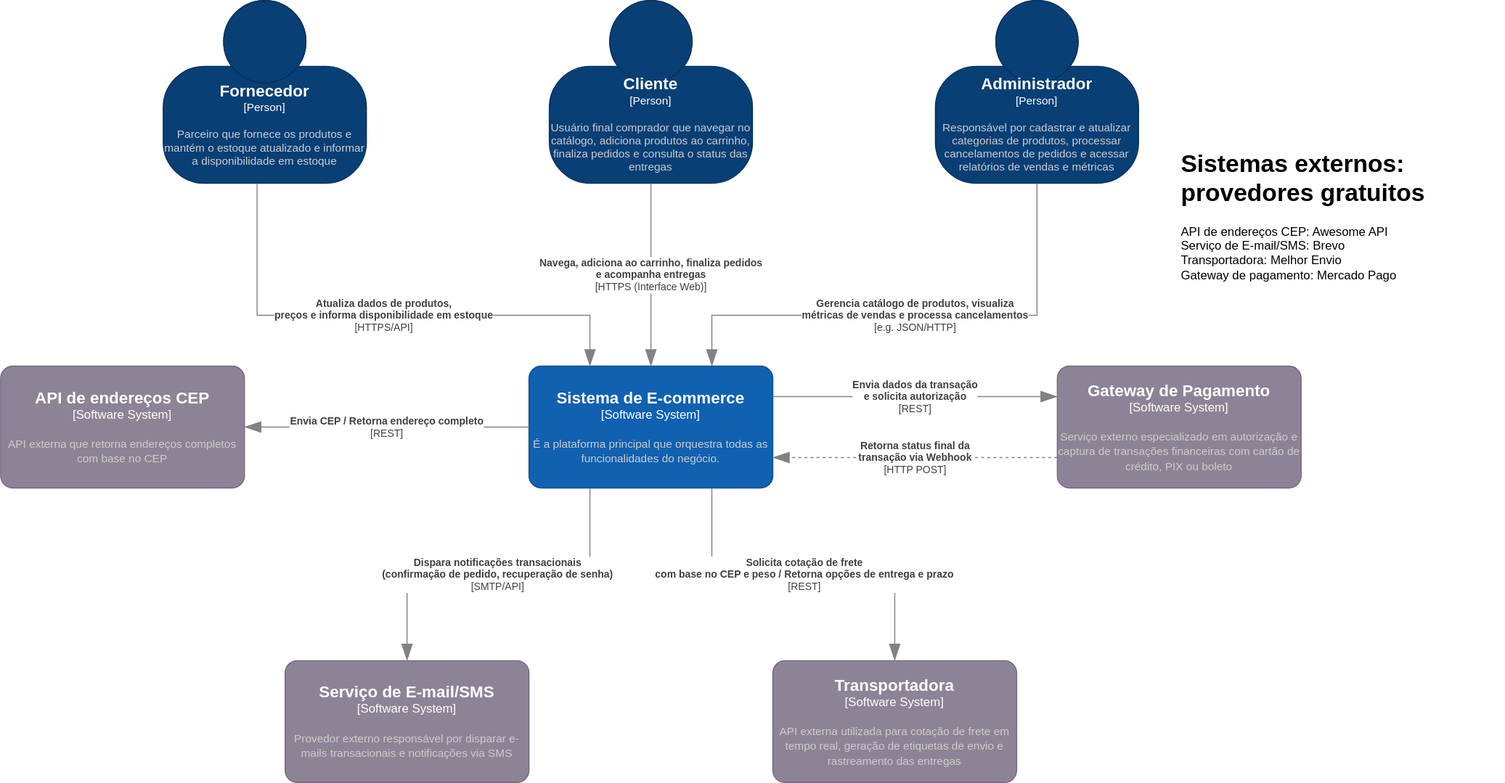
Before: docs/diagrams/C4_model_diagrama-Level1-Diagrama de contexto.drawio.svg, a diagram exported from draw.io (WenFra005/javaEcommerce). Source tidied: cells renumbered, new cells last; positions are measured from the earlier drawing's top-left corner, leaving out a move shared by most shapes. The source it was exported from:
```xml
<mxGraphModel>
  <root>
    <mxCell id="0" />
    <mxCell id="1" parent="0" />
    <object id="2" label="&lt;font style=&quot;font-size: 16px&quot;&gt;&lt;b&gt;%c4Name%&lt;/b&gt;&lt;/font&gt;&lt;div&gt;[%c4Type%]&lt;/div&gt;&lt;br&gt;&lt;div&gt;&lt;font style=&quot;font-size: 11px&quot;&gt;&lt;font color=&quot;#cccccc&quot;&gt;%c4Description%&lt;/font&gt;&lt;/div&gt;" c4Description="Usuário final comprador que navegar no catálogo, adiciona produtos ao carrinho, finaliza pedidos e consulta o status das entregas" c4Name="Cliente" c4Type="Person" placeholders="1">
      <mxCell style="html=1;fontSize=11;dashed=0;whiteSpace=wrap;fillColor=#083F75;strokeColor=#06315C;fontColor=#ffffff;shape=mxgraph.c4.person2;align=center;points=[[0.5,0,0],[1,0.5,0],[1,0.75,0],[0.75,1,0],[0.5,1,0],[0.25,1,0],[0,0.75,0],[0,0.5,0]];" parent="1" vertex="1">
        <mxGeometry x="540" width="200" height="180" as="geometry" />
      </mxCell>
    </object>
    <object id="3" label="&lt;font style=&quot;font-size: 16px&quot;&gt;&lt;b&gt;%c4Name%&lt;/b&gt;&lt;/font&gt;&lt;div&gt;[%c4Type%]&lt;/div&gt;&lt;br&gt;&lt;div&gt;&lt;font style=&quot;font-size: 11px&quot;&gt;&lt;font color=&quot;#cccccc&quot;&gt;%c4Description%&lt;/font&gt;&lt;/div&gt;" c4Description="É a plataforma principal que orquestra todas as funcionalidades do negócio." c4Name="Sistema de E-commerce" c4Type="Software System" placeholders="1">
      <mxCell style="rounded=1;whiteSpace=wrap;html=1;labelBackgroundColor=none;fillColor=#1061B0;fontColor=#ffffff;align=center;arcSize=10;strokeColor=#0D5091;points=[[0.25,0,0],[0.5,0,0],[0.75,0,0],[1,0.25,0],[1,0.5,0],[1,0.75,0],[0.75,1,0],[0.5,1,0],[0.25,1,0],[0,0.75,0],[0,0.5,0],[0,0.25,0]];" parent="1" vertex="1">
        <mxGeometry x="520" y="360" width="240" height="120" as="geometry" />
      </mxCell>
    </object>
    <object id="4" label="&lt;font style=&quot;font-size: 16px&quot;&gt;&lt;b&gt;%c4Name%&lt;/b&gt;&lt;/font&gt;&lt;div&gt;[%c4Type%]&lt;/div&gt;&lt;br&gt;&lt;div&gt;&lt;font style=&quot;font-size: 11px&quot;&gt;&lt;font color=&quot;#cccccc&quot;&gt;%c4Description%&lt;/font&gt;&lt;/div&gt;" c4Description="API externa que retorna endereços completos com base no CEP" c4Name="API de endereços CEP" c4Type="Software System" placeholders="1">
      <mxCell style="rounded=1;whiteSpace=wrap;html=1;labelBackgroundColor=none;fillColor=#8C8496;fontColor=#ffffff;align=center;arcSize=10;strokeColor=#736782;points=[[0.25,0,0],[0.5,0,0],[0.75,0,0],[1,0.25,0],[1,0.5,0],[1,0.75,0],[0.75,1,0],[0.5,1,0],[0.25,1,0],[0,0.75,0],[0,0.5,0],[0,0.25,0]];" parent="1" vertex="1">
        <mxGeometry y="360" width="240" height="120" as="geometry" />
      </mxCell>
    </object>
    <object id="5" label="&lt;font style=&quot;font-size: 16px&quot;&gt;&lt;b&gt;%c4Name%&lt;/b&gt;&lt;/font&gt;&lt;div&gt;[%c4Type%]&lt;/div&gt;&lt;br&gt;&lt;div&gt;&lt;font style=&quot;font-size: 11px&quot;&gt;&lt;font color=&quot;#cccccc&quot;&gt;%c4Description%&lt;/font&gt;&lt;/div&gt;" c4Description="Serviço externo especializado em autorização e captura de transações financeiras com cartão de crédito, PIX ou boleto" c4Name="Gateway de Pagamento" c4Type="Software System" placeholders="1">
      <mxCell style="rounded=1;whiteSpace=wrap;html=1;labelBackgroundColor=none;fillColor=#8C8496;fontColor=#ffffff;align=center;arcSize=10;strokeColor=#736782;points=[[0.25,0,0],[0.5,0,0],[0.75,0,0],[1,0.25,0],[1,0.5,0],[1,0.75,0],[0.75,1,0],[0.5,1,0],[0.25,1,0],[0,0.75,0],[0,0.5,0],[0,0.25,0]];" parent="1" vertex="1">
        <mxGeometry x="1040" y="360" width="240" height="120" as="geometry" />
      </mxCell>
    </object>
    <object id="6" label="&lt;font style=&quot;font-size: 16px&quot;&gt;&lt;b&gt;%c4Name%&lt;/b&gt;&lt;/font&gt;&lt;div&gt;[%c4Type%]&lt;/div&gt;&lt;br&gt;&lt;div&gt;&lt;font style=&quot;font-size: 11px&quot;&gt;&lt;font color=&quot;#cccccc&quot;&gt;%c4Description%&lt;/font&gt;&lt;/div&gt;" c4Description="API externa utilizada para cotação de frete em tempo real, geração de etiquetas de envio e rastreamento das entregas" c4Name="Transportadora" c4Type="Software System" placeholders="1">
      <mxCell style="rounded=1;whiteSpace=wrap;html=1;labelBackgroundColor=none;fillColor=#8C8496;fontColor=#ffffff;align=center;arcSize=10;strokeColor=#736782;points=[[0.25,0,0],[0.5,0,0],[0.75,0,0],[1,0.25,0],[1,0.5,0],[1,0.75,0],[0.75,1,0],[0.5,1,0],[0.25,1,0],[0,0.75,0],[0,0.5,0],[0,0.25,0]];" parent="1" vertex="1">
        <mxGeometry x="760" y="650" width="240" height="120" as="geometry" />
      </mxCell>
    </object>
    <object id="7" label="&lt;div style=&quot;text-align: left&quot;&gt;&lt;div style=&quot;text-align: center&quot;&gt;&lt;b&gt;%c4Description%&lt;/b&gt;&lt;/div&gt;&lt;div style=&quot;text-align: center&quot;&gt;[%c4Technology%]&lt;/div&gt;&lt;/div&gt;" c4Description="Navega, adiciona ao carrinho, finaliza pedidos &#10;e acompanha entregas" c4Technology="HTTPS (Interface Web)" c4Type="Relationship" placeholders="1">
      <mxCell style="endArrow=blockThin;html=1;fontSize=10;fontColor=#404040;strokeWidth=1;endFill=1;strokeColor=#828282;elbow=vertical;endSize=14;startSize=14;jumpStyle=arc;jumpSize=16;rounded=0;edgeStyle=orthogonalEdgeStyle;" parent="1" edge="1" source="2" target="3">
        <mxGeometry relative="1" as="geometry" />
      </mxCell>
    </object>
    <object id="8" label="&lt;div style=&quot;text-align: left&quot;&gt;&lt;div style=&quot;text-align: center&quot;&gt;&lt;b&gt;%c4Description%&lt;/b&gt;&lt;/div&gt;&lt;div style=&quot;text-align: center&quot;&gt;[%c4Technology%]&lt;/div&gt;&lt;/div&gt;" c4Description="Envia CEP / Retorna endereço completo" c4Technology="REST" c4Type="Relationship" placeholders="1">
      <mxCell style="endArrow=blockThin;html=1;fontSize=10;fontColor=#404040;strokeWidth=1;endFill=1;strokeColor=#828282;elbow=vertical;endSize=14;startSize=14;jumpStyle=arc;jumpSize=16;rounded=0;edgeStyle=orthogonalEdgeStyle;exitX=0;exitY=0.5;exitDx=0;exitDy=0;exitPerimeter=0;" parent="1" edge="1" source="3" target="4">
        <mxGeometry relative="1" as="geometry" />
      </mxCell>
    </object>
    <object id="9" label="&lt;div style=&quot;text-align: left&quot;&gt;&lt;div style=&quot;text-align: center&quot;&gt;&lt;b&gt;%c4Description%&lt;/b&gt;&lt;/div&gt;&lt;div style=&quot;text-align: center&quot;&gt;[%c4Technology%]&lt;/div&gt;&lt;/div&gt;" c4Description="Solicita cotação de frete &#10;com base no CEP e peso / Retorna opções de entrega e prazo" c4Technology="REST" c4Type="Relationship" placeholders="1">
      <mxCell style="endArrow=blockThin;html=1;fontSize=10;fontColor=#404040;strokeWidth=1;endFill=1;strokeColor=#828282;elbow=vertical;endSize=14;startSize=14;jumpStyle=arc;jumpSize=16;rounded=0;edgeStyle=orthogonalEdgeStyle;entryX=0.5;entryY=0;entryDx=0;entryDy=0;entryPerimeter=0;exitX=0.75;exitY=1;exitDx=0;exitDy=0;exitPerimeter=0;" parent="1" edge="1" source="3" target="6">
        <mxGeometry relative="1" as="geometry" />
      </mxCell>
    </object>
    <object id="10" label="&lt;div style=&quot;text-align: left&quot;&gt;&lt;div style=&quot;text-align: center&quot;&gt;&lt;b&gt;%c4Description%&lt;/b&gt;&lt;/div&gt;&lt;div style=&quot;text-align: center&quot;&gt;[%c4Technology%]&lt;/div&gt;&lt;/div&gt;" c4Description="Envia dados da transação &#10;e solicita autorização" c4Technology="REST" c4Type="Relationship" placeholders="1">
      <mxCell style="endArrow=blockThin;html=1;fontSize=10;fontColor=#404040;strokeWidth=1;endFill=1;strokeColor=#828282;elbow=vertical;endSize=14;startSize=14;jumpStyle=arc;jumpSize=16;rounded=0;edgeStyle=orthogonalEdgeStyle;exitX=1;exitY=0.25;exitDx=0;exitDy=0;exitPerimeter=0;entryX=0;entryY=0.25;entryDx=0;entryDy=0;entryPerimeter=0;" parent="1" edge="1" source="3" target="5">
        <mxGeometry relative="1" as="geometry" />
      </mxCell>
    </object>
    <object id="11" label="&lt;div style=&quot;text-align: left&quot;&gt;&lt;div style=&quot;text-align: center&quot;&gt;&lt;b&gt;%c4Description%&lt;/b&gt;&lt;/div&gt;&lt;div style=&quot;text-align: center&quot;&gt;[%c4Technology%]&lt;/div&gt;&lt;/div&gt;" c4Description="Retorna status final da &#10;transação via Webhook" c4Technology="HTTP POST" c4Type="Relationship" placeholders="1">
      <mxCell style="endArrow=blockThin;html=1;fontSize=10;fontColor=#404040;strokeWidth=1;endFill=1;strokeColor=#828282;elbow=vertical;endSize=14;startSize=14;jumpStyle=arc;jumpSize=16;rounded=0;edgeStyle=orthogonalEdgeStyle;exitX=0;exitY=0.75;exitDx=0;exitDy=0;exitPerimeter=0;entryX=1;entryY=0.75;entryDx=0;entryDy=0;entryPerimeter=0;dashed=1;" parent="1" edge="1" source="5" target="3">
        <mxGeometry relative="1" as="geometry" />
      </mxCell>
    </object>
    <object id="12" label="&lt;font style=&quot;font-size: 16px&quot;&gt;&lt;b&gt;%c4Name%&lt;/b&gt;&lt;/font&gt;&lt;div&gt;[%c4Type%]&lt;/div&gt;&lt;br&gt;&lt;div&gt;&lt;font style=&quot;font-size: 11px&quot;&gt;&lt;font color=&quot;#cccccc&quot;&gt;%c4Description%&lt;/font&gt;&lt;/div&gt;" c4Description="Provedor externo responsável por disparar e-mails transacionais e notificações via SMS" c4Name="Serviço de E-mail/SMS" c4Type="Software System" placeholders="1">
      <mxCell style="rounded=1;whiteSpace=wrap;html=1;labelBackgroundColor=none;fillColor=#8C8496;fontColor=#ffffff;align=center;arcSize=10;strokeColor=#736782;points=[[0.25,0,0],[0.5,0,0],[0.75,0,0],[1,0.25,0],[1,0.5,0],[1,0.75,0],[0.75,1,0],[0.5,1,0],[0.25,1,0],[0,0.75,0],[0,0.5,0],[0,0.25,0]];" parent="1" vertex="1">
        <mxGeometry x="280" y="650" width="240" height="120" as="geometry" />
      </mxCell>
    </object>
    <object id="13" label="&lt;div style=&quot;text-align: left&quot;&gt;&lt;div style=&quot;text-align: center&quot;&gt;&lt;b&gt;%c4Description%&lt;/b&gt;&lt;/div&gt;&lt;div style=&quot;text-align: center&quot;&gt;[%c4Technology%]&lt;/div&gt;&lt;/div&gt;" c4Description="Dispara notificações transacionais&#10;(confirmação de pedido, recuperação de senha)" c4Technology="SMTP/API" c4Type="Relationship" placeholders="1">
      <mxCell style="endArrow=blockThin;html=1;fontSize=10;fontColor=#404040;strokeWidth=1;endFill=1;strokeColor=#828282;elbow=vertical;endSize=14;startSize=14;jumpStyle=arc;jumpSize=16;rounded=0;edgeStyle=orthogonalEdgeStyle;entryX=0.5;entryY=0;entryDx=0;entryDy=0;entryPerimeter=0;exitX=0.25;exitY=1;exitDx=0;exitDy=0;exitPerimeter=0;" parent="1" edge="1" source="3" target="12">
        <mxGeometry relative="1" as="geometry" />
      </mxCell>
    </object>
    <object id="14" label="&lt;font style=&quot;font-size: 16px&quot;&gt;&lt;b&gt;%c4Name%&lt;/b&gt;&lt;/font&gt;&lt;div&gt;[%c4Type%]&lt;/div&gt;&lt;br&gt;&lt;div&gt;&lt;font style=&quot;font-size: 11px&quot;&gt;&lt;font color=&quot;#cccccc&quot;&gt;%c4Description%&lt;/font&gt;&lt;/div&gt;" c4Description="Responsável por cadastrar e atualizar categorias de produtos, processar cancelamentos de pedidos e acessar relatórios de vendas e métricas" c4Name="Administrador" c4Type="Person" placeholders="1">
      <mxCell style="html=1;fontSize=11;dashed=0;whiteSpace=wrap;fillColor=#083F75;strokeColor=#06315C;fontColor=#ffffff;shape=mxgraph.c4.person2;align=center;points=[[0.5,0,0],[1,0.5,0],[1,0.75,0],[0.75,1,0],[0.5,1,0],[0.25,1,0],[0,0.75,0],[0,0.5,0]];" parent="1" vertex="1">
        <mxGeometry x="920" width="200" height="180" as="geometry" />
      </mxCell>
    </object>
    <object id="15" label="&lt;font style=&quot;font-size: 16px&quot;&gt;&lt;b&gt;%c4Name%&lt;/b&gt;&lt;/font&gt;&lt;div&gt;[%c4Type%]&lt;/div&gt;&lt;br&gt;&lt;div&gt;&lt;font style=&quot;font-size: 11px&quot;&gt;&lt;font color=&quot;#cccccc&quot;&gt;%c4Description%&lt;/font&gt;&lt;/div&gt;" c4Description="Parceiro que fornece os produtos e mantém o estoque atualizado e informar a disponibilidade em estoque" c4Name="Fornecedor" c4Type="Person" placeholders="1">
      <mxCell style="html=1;fontSize=11;dashed=0;whiteSpace=wrap;fillColor=#083F75;strokeColor=#06315C;fontColor=#ffffff;shape=mxgraph.c4.person2;align=center;points=[[0.5,0,0],[1,0.5,0],[1,0.75,0],[0.75,1,0],[0.5,1,0],[0.25,1,0],[0,0.75,0],[0,0.5,0]];" parent="1" vertex="1">
        <mxGeometry x="160" width="200" height="180" as="geometry" />
      </mxCell>
    </object>
    <object id="16" label="&lt;div style=&quot;text-align: left&quot;&gt;&lt;div style=&quot;text-align: center&quot;&gt;&lt;b&gt;%c4Description%&lt;/b&gt;&lt;/div&gt;&lt;div style=&quot;text-align: center&quot;&gt;[%c4Technology%]&lt;/div&gt;&lt;/div&gt;" c4Description="Atualiza dados de produtos, &#10;preços e informa disponibilidade em estoque" c4Technology="HTTPS/API" c4Type="Relationship" placeholders="1">
      <mxCell style="endArrow=blockThin;html=1;fontSize=10;fontColor=#404040;strokeWidth=1;endFill=1;strokeColor=#828282;elbow=vertical;endSize=14;startSize=14;jumpStyle=arc;jumpSize=16;rounded=0;edgeStyle=orthogonalEdgeStyle;exitX=0.462;exitY=1.003;exitDx=0;exitDy=0;exitPerimeter=0;entryX=0.25;entryY=0;entryDx=0;entryDy=0;entryPerimeter=0;" parent="1" edge="1" source="15" target="3">
        <mxGeometry relative="1" as="geometry">
          <Array as="points">
            <mxPoint x="252" y="310" />
            <mxPoint x="580" y="310" />
          </Array>
        </mxGeometry>
      </mxCell>
    </object>
    <object id="17" label="&lt;div style=&quot;text-align: left&quot;&gt;&lt;div style=&quot;text-align: center&quot;&gt;&lt;b&gt;%c4Description%&lt;/b&gt;&lt;/div&gt;&lt;div style=&quot;text-align: center&quot;&gt;[%c4Technology%]&lt;/div&gt;&lt;/div&gt;" c4Description="Gerencia catálogo de produtos, visualiza &#10;métricas de vendas e processa cancelamentos" c4Technology="e.g. JSON/HTTP" c4Type="Relationship" placeholders="1">
      <mxCell style="endArrow=blockThin;html=1;fontSize=10;fontColor=#404040;strokeWidth=1;endFill=1;strokeColor=#828282;elbow=vertical;endSize=14;startSize=14;jumpStyle=arc;jumpSize=16;rounded=0;edgeStyle=orthogonalEdgeStyle;exitX=0.5;exitY=1;exitDx=0;exitDy=0;exitPerimeter=0;entryX=0.75;entryY=0;entryDx=0;entryDy=0;entryPerimeter=0;" parent="1" edge="1" source="14" target="3">
        <mxGeometry relative="1" as="geometry">
          <Array as="points">
            <mxPoint x="1020" y="310" />
            <mxPoint x="700" y="310" />
          </Array>
        </mxGeometry>
      </mxCell>
    </object>
    <mxCell id="18" value="&lt;h1 style=&quot;margin-top: 0px;&quot;&gt;Sistemas externos: provedores gratuitos&lt;/h1&gt;&lt;p&gt;API de endereços CEP: Awesome API&lt;br&gt;Serviço de E-mail/SMS: Brevo&lt;br&gt;Transportadora: Melhor Envio&lt;br&gt;Gateway de pagamento: Mercado Pago&lt;/p&gt;" style="text;html=1;whiteSpace=wrap;overflow=hidden;rounded=0;" parent="1" vertex="1">
      <mxGeometry x="1160" y="140" width="320" height="140" as="geometry" />
    </mxCell>
  </root>
</mxGraphModel>
```
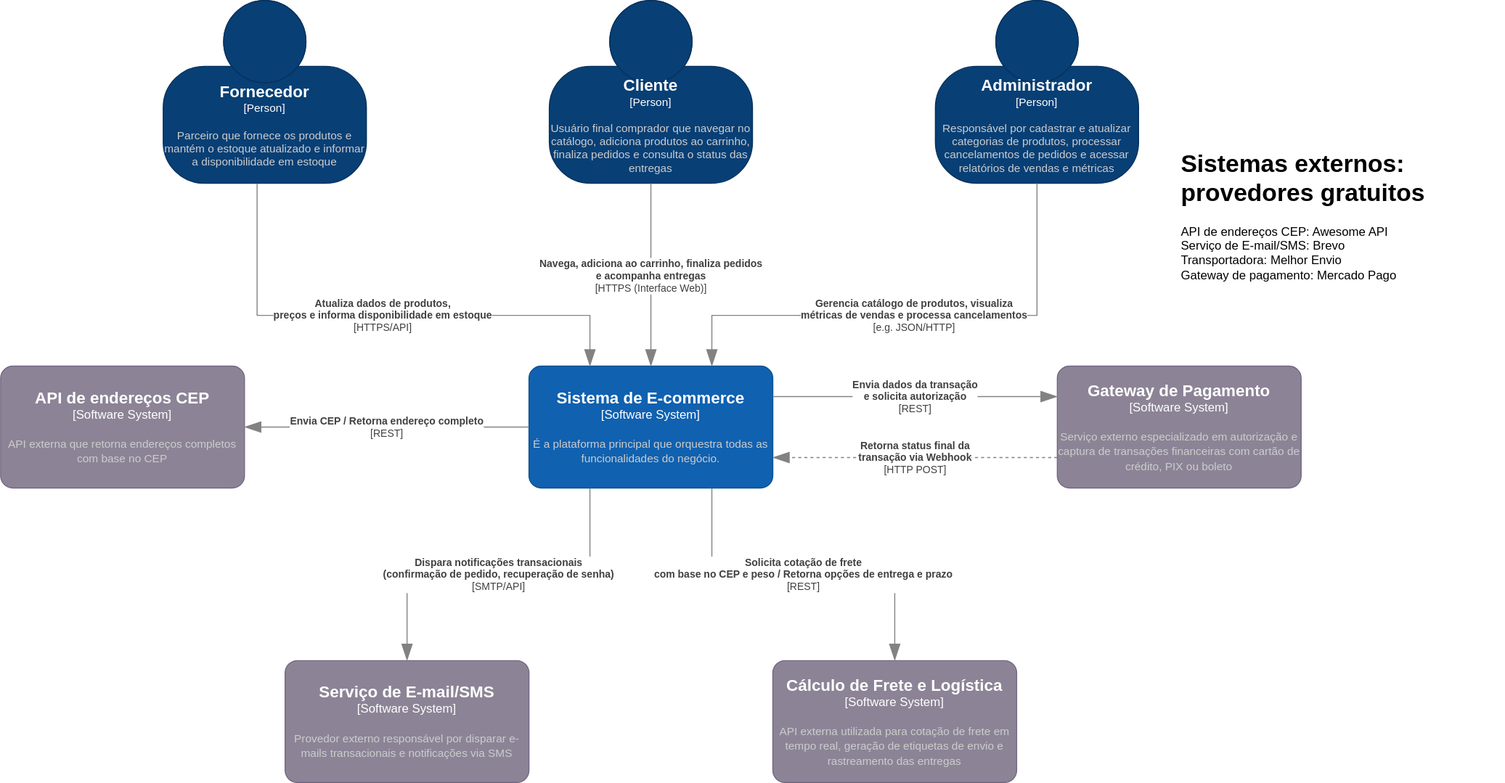
The same file after the commit.

Commit message:
refactor: Atualiza o nome de um Sistema Externo do diagrama dos arquivos .svg

Change to the diagram source:
```diff
@@ -22,7 +22,7 @@
         <mxGeometry x="1040" y="360" width="240" height="120" as="geometry" />
       </mxCell>
     </object>
-    <object id="6" label="&lt;font style=&quot;font-size: 16px&quot;&gt;&lt;b&gt;%c4Name%&lt;/b&gt;&lt;/font&gt;&lt;div&gt;[%c4Type%]&lt;/div&gt;&lt;br&gt;&lt;div&gt;&lt;font style=&quot;font-size: 11px&quot;&gt;&lt;font color=&quot;#cccccc&quot;&gt;%c4Description%&lt;/font&gt;&lt;/div&gt;" c4Description="API externa utilizada para cotação de frete em tempo real, geração de etiquetas de envio e rastreamento das entregas" c4Name="Transportadora" c4Type="Software System" placeholders="1">
+    <object id="6" label="&lt;font style=&quot;font-size: 16px&quot;&gt;&lt;b&gt;%c4Name%&lt;/b&gt;&lt;/font&gt;&lt;div&gt;[%c4Type%]&lt;/div&gt;&lt;br&gt;&lt;div&gt;&lt;font style=&quot;font-size: 11px&quot;&gt;&lt;font color=&quot;#cccccc&quot;&gt;%c4Description%&lt;/font&gt;&lt;/div&gt;" c4Description="API externa utilizada para cotação de frete em tempo real, geração de etiquetas de envio e rastreamento das entregas" c4Name="Cálculo de Frete e Logística" c4Type="Software System" placeholders="1">
       <mxCell style="rounded=1;whiteSpace=wrap;html=1;labelBackgroundColor=none;fillColor=#8C8496;fontColor=#ffffff;align=center;arcSize=10;strokeColor=#736782;points=[[0.25,0,0],[0.5,0,0],[0.75,0,0],[1,0.25,0],[1,0.5,0],[1,0.75,0],[0.75,1,0],[0.5,1,0],[0.25,1,0],[0,0.75,0],[0,0.5,0],[0,0.25,0]];" parent="1" vertex="1">
         <mxGeometry x="760" y="650" width="240" height="120" as="geometry" />
       </mxCell>
```
